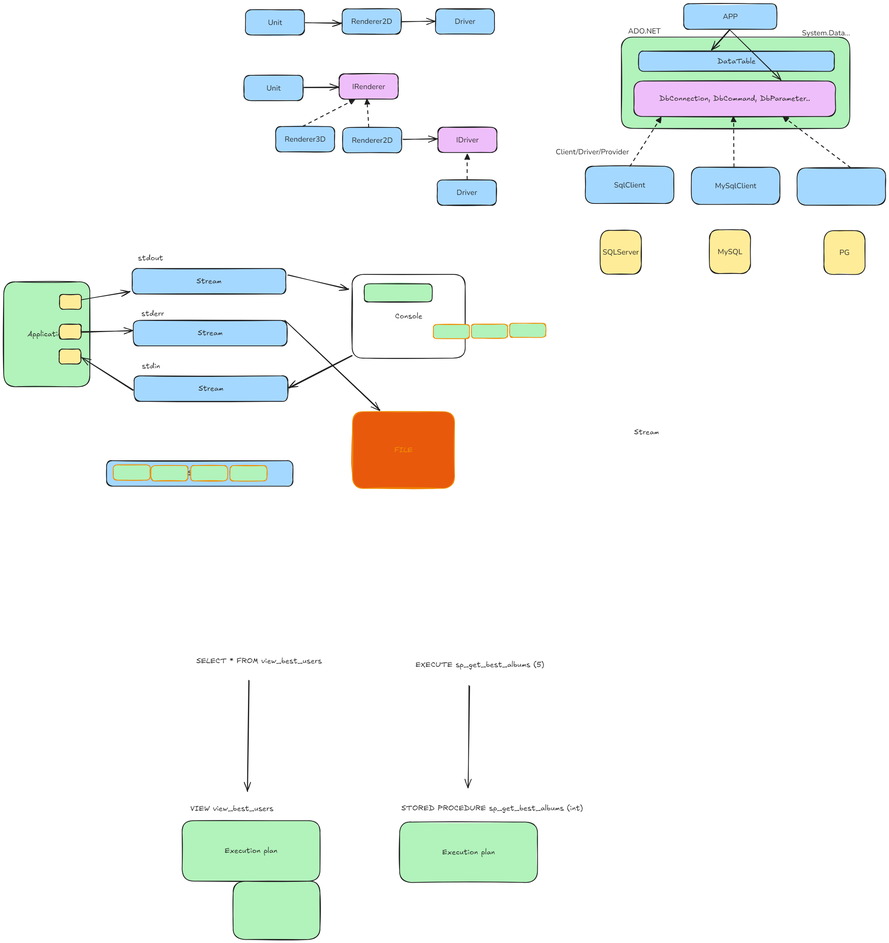
silvercodes/p32_p34_ado_net_ef keeps this Excalidraw diagram as img/ado_net.exalidraw.png. Above is the earlier version. Source tidied: one line per element, renumbered; positions are measured from the earlier drawing's top-left corner, leaving out a move shared by most shapes.
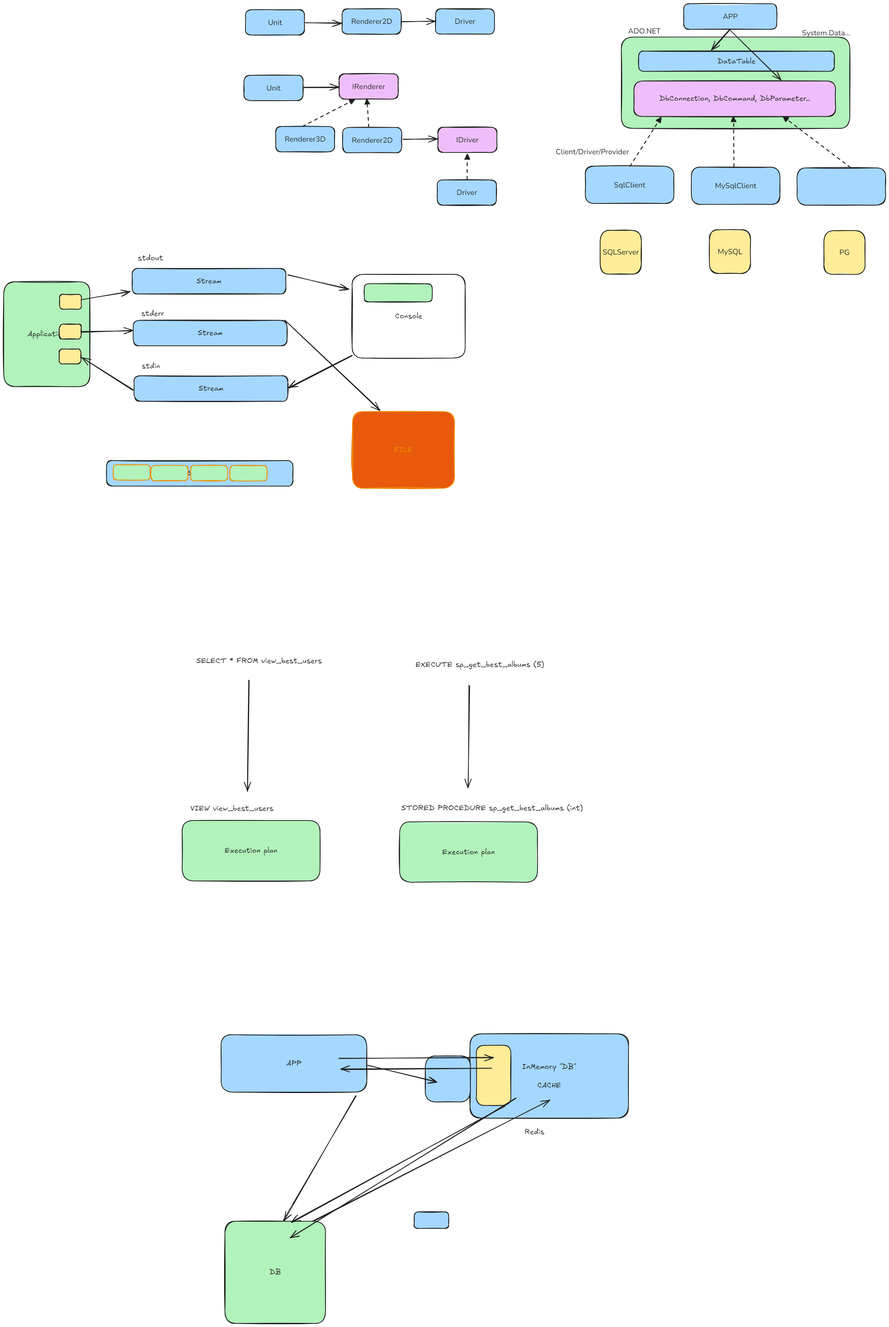
Above is the later version.

Change to the diagram source:
```diff
@@ -90,3 +90,14 @@
 {"id": 89, "type": "text", "text": "STORED PROCEDURE sp_get_best_albums (int)", "strokeColor": "#1e1e1e", "backgroundColor": "#b2f2bb", "fillStyle": "solid", "strokeWidth": 2, "roughness": 1, "fontSize": 20, "fontFamily": 5, "x": 1066, "y": 2146, "width": 487, "height": 25}
 {"id": 90, "type": "arrow", "strokeColor": "#1e1e1e", "backgroundColor": "#b2f2bb", "fillStyle": "solid", "strokeWidth": 2, "roughness": 1, "endArrowhead": "arrow", "round": true, "x": 1248, "y": 1830, "width": 3, "height": 273, "points": [[0, 0], [-3, 273]]}
 {"id": 91, "type": "text", "text": "EXECUTE sp_get_best_albums (5)", "strokeColor": "#1e1e1e", "backgroundColor": "#b2f2bb", "fillStyle": "solid", "strokeWidth": 2, "roughness": 1, "fontSize": 20, "fontFamily": 5, "x": 1104, "y": 1762, "width": 396, "height": 25}
+{"id": 92, "type": "rectangle", "strokeColor": "#1e1e1e", "backgroundColor": "#b2f2bb", "fillStyle": "solid", "strokeWidth": 2, "roughness": 1, "round": true, "x": 593, "y": 3267, "width": 270, "height": 274}
+{"id": 93, "type": "text", "text": "DB", "strokeColor": "#1e1e1e", "backgroundColor": "#b2f2bb", "fillStyle": "solid", "strokeWidth": 2, "roughness": 1, "fontSize": 20, "fontFamily": 5, "textAlign": "center", "verticalAlign": "middle", "inside": 92, "x": 713, "y": 3392, "width": 31, "height": 25}
+{"id": 94, "type": "rectangle", "strokeColor": "#1e1e1e", "backgroundColor": "#a5d8ff", "fillStyle": "solid", "strokeWidth": 2, "roughness": 1, "round": true, "x": 583, "y": 2767, "width": 391, "height": 154}
+{"id": 95, "type": "text", "text": "APP", "strokeColor": "#1e1e1e", "backgroundColor": "#a5d8ff", "fillStyle": "solid", "strokeWidth": 2, "roughness": 1, "fontSize": 20, "fontFamily": 5, "textAlign": "center", "verticalAlign": "middle", "inside": 94, "x": 758, "y": 2831, "width": 41, "height": 25}
+{"id": 96, "type": "rectangle", "strokeColor": "#1e1e1e", "backgroundColor": "#a5d8ff", "fillStyle": "solid", "strokeWidth": 2, "roughness": 1, "round": true, "x": 1250, "y": 2764, "width": 425, "height": 226}
+{"id": 97, "type": "text", "text": "InMemory \"DB\"\n\nCACHE", "strokeColor": "#1e1e1e", "backgroundColor": "#a5d8ff", "fillStyle": "solid", "strokeWidth": 2, "roughness": 1, "fontSize": 20, "fontFamily": 5, "textAlign": "center", "verticalAlign": "middle", "inside": 96, "x": 1390, "y": 2840, "width": 145, "height": 75}
+{"id": 98, "type": "rectangle", "strokeColor": "#1e1e1e", "backgroundColor": "#a5d8ff", "fillStyle": "solid", "strokeWidth": 2, "roughness": 1, "round": true, "x": 1130, "y": 2824, "width": 121, "height": 123}
+{"id": 99, "type": "arrow", "strokeColor": "#1e1e1e", "backgroundColor": "#a5d8ff", "fillStyle": "solid", "strokeWidth": 2, "roughness": 1, "endArrowhead": "arrow", "round": true, "from": 94, "to": 98, "x": 976, "y": 2849, "width": 184, "height": 43, "points": [[0, 0], [184, 43]]}
+{"id": 100, "type": "rectangle", "strokeColor": "#1e1e1e", "backgroundColor": "#ffec99", "fillStyle": "solid", "strokeWidth": 2, "roughness": 1, "round": true, "x": 1267, "y": 2795, "width": 93, "height": 161}
+{"id": 101, "type": "arrow", "strokeColor": "#1e1e1e", "backgroundColor": "#ffec99", "fillStyle": "solid", "strokeWidth": 2, "roughness": 1, "endArrowhead": "arrow", "round": true, "x": 898, "y": 2831, "width": 414, "height": 2, "points": [[0, 0], [414, -2]]}
+{"id": 102, "type": "arrow", "strokeColor": "#1e1e1e", "backgroundColor": "#ffec99", "fillStyle": "solid", "strokeWidth": 2, "roughness": 1, "endArrowhead": "arrow", "round": true, "x": 1309, "y": 2856, "width": 403, "height": 5, "points": [[0, 0], [-403, 5]]}
```
